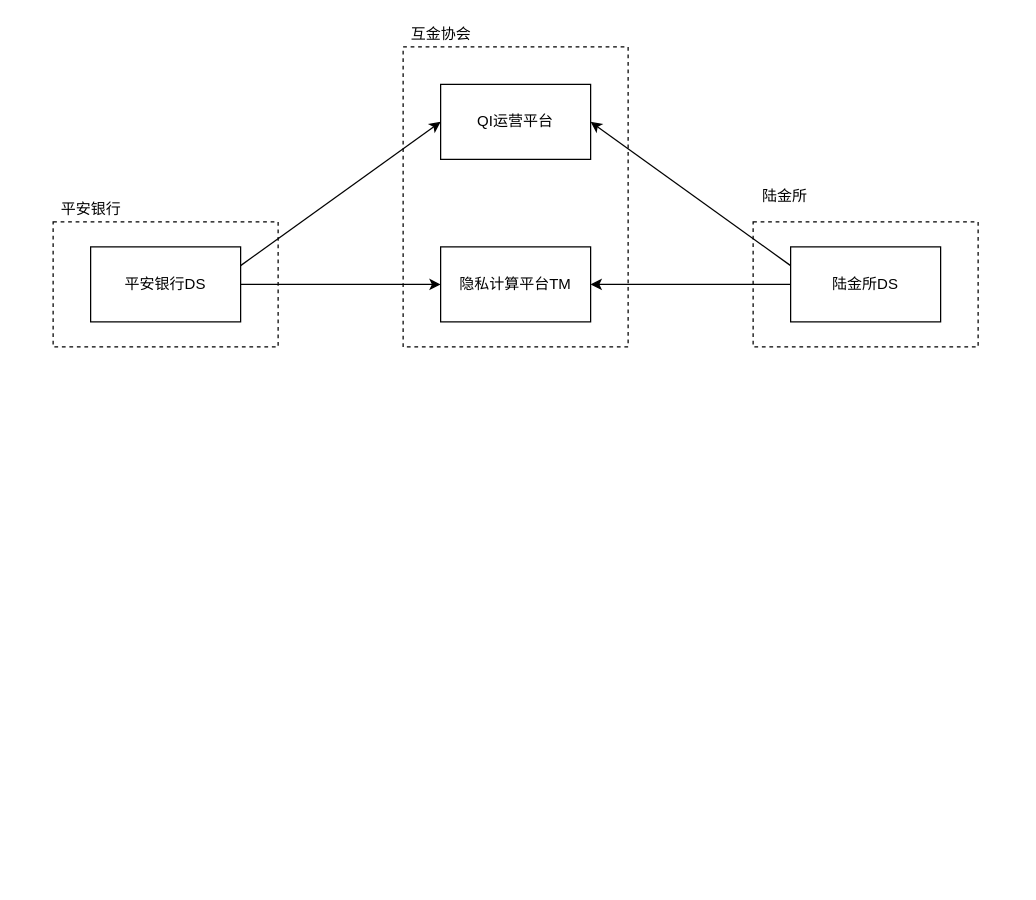
This is qi_pingan.drawio from yankaili2006/drawing_io, a draw.io file, before an edit. Source tidied: cells renumbered, new cells numbered last; positions are measured from the earlier drawing's top-left corner, leaving out a move shared by most shapes. Both pictures are drawn from the tidied source at 125%, with x=0, y=0 at pixel (52, 21).
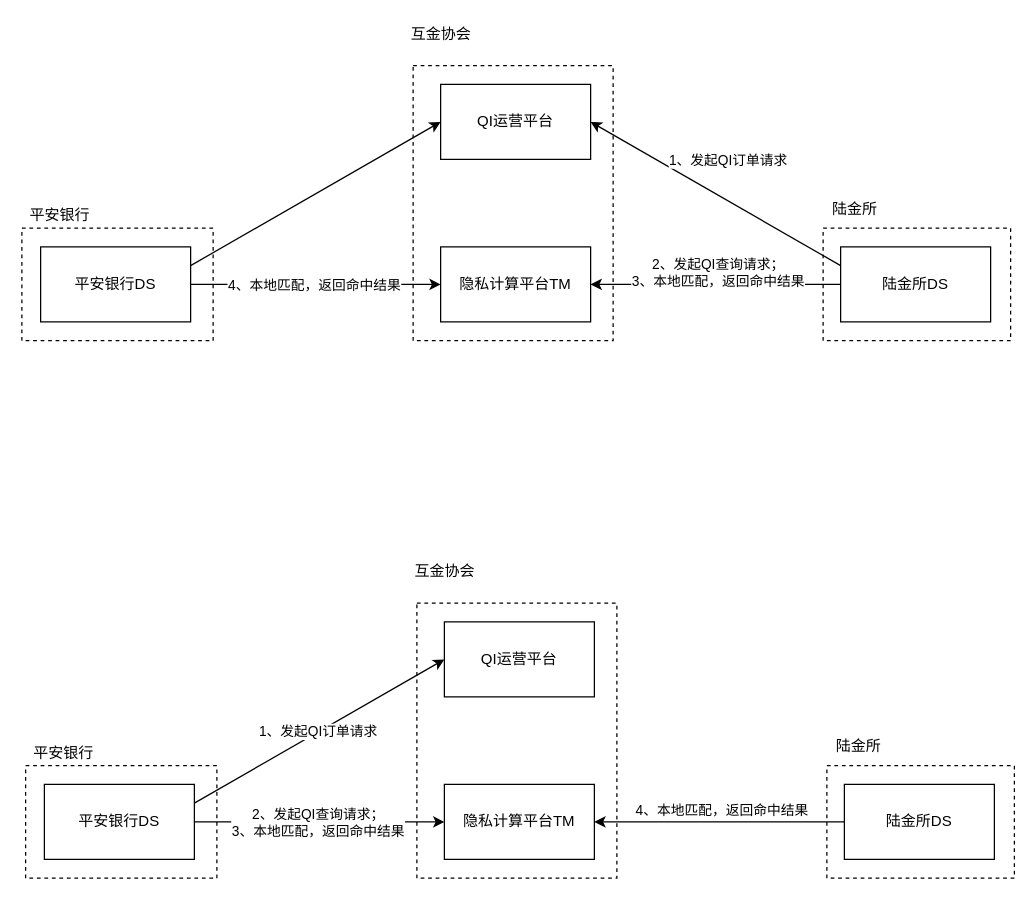
Above is the later version.

Unchanged cells that the change refers to:
```xml
<mxCell id="10" style="endArrow=classic;html=1;exitX=1;exitY=0.5;exitDx=0;exitDy=0;entryX=0;entryY=0.5;entryDx=0;entryDy=0;" parent="1" edge="1" source="7" target="5">
  <mxGeometry relative="1" as="geometry" />
</mxCell>
<mxCell id="11" style="endArrow=classic;html=1;exitX=0;exitY=0.5;exitDx=0;exitDy=0;entryX=1;entryY=0.5;entryDx=0;entryDy=0;" parent="1" edge="1" source="8" target="5">
  <mxGeometry relative="1" as="geometry" />
</mxCell>
<mxCell id="12" style="endArrow=classic;html=1;exitX=0;exitY=0.25;exitDx=0;exitDy=0;entryX=1;entryY=0.5;entryDx=0;entryDy=0;" parent="1" edge="1" source="8" target="6">
  <mxGeometry relative="1" as="geometry" />
</mxCell>
```

What changed in the source:
```diff
@@
     <mxCell id="2" style="rounded=0;whiteSpace=wrap;html=1;dashed=1;labelBackgroundColor=none;" parent="1" vertex="1">
-      <mxGeometry y="160" width="180" height="100" as="geometry" />
+      <mxGeometry x="-25" y="165" width="153" height="90" as="geometry" />
     </mxCell>
     <mxCell id="3" style="rounded=0;whiteSpace=wrap;html=1;dashed=1;labelBackgroundColor=none;" parent="1" vertex="1">
-      <mxGeometry x="560" y="160" width="180" height="100" as="geometry" />
+      <mxGeometry x="616" y="165" width="150" height="90" as="geometry" />
     </mxCell>
     <mxCell id="4" style="rounded=0;whiteSpace=wrap;html=1;dashed=1;labelBackgroundColor=none;" parent="1" vertex="1">
-      <mxGeometry x="280" y="20" width="180" height="240" as="geometry" />
+      <mxGeometry x="288" y="35" width="160" height="220" as="geometry" />
     </mxCell>
@@
     <mxCell id="7" value="平安银行DS" style="rounded=0;whiteSpace=wrap;html=1;" parent="1" vertex="1">
-      <mxGeometry x="30" y="180" width="120" height="60" as="geometry" />
+      <mxGeometry x="-10" y="180" width="120" height="60" as="geometry" />
     </mxCell>
     <mxCell id="8" value="陆金所DS" style="rounded=0;whiteSpace=wrap;html=1;" parent="1" vertex="1">
-      <mxGeometry x="590" y="180" width="120" height="60" as="geometry" />
+      <mxGeometry x="630" y="180" width="120" height="60" as="geometry" />
     </mxCell>
@@
+    <mxCell id="16" value="4、本地匹配，返回命中结果" style="edgeLabel;html=1;align=center;verticalAlign=middle;" parent="10" vertex="1">
+      <mxGeometry x="-0.26" y="1" relative="1" as="geometry">
+        <mxPoint x="24" y="1" as="offset" />
+      </mxGeometry>
+    </mxCell>
@@
+    <mxCell id="17" value="2、发起QI查询请求；&lt;br&gt;3、本地匹配，返回命中结果" style="edgeLabel;html=1;align=center;verticalAlign=middle;labelBackgroundColor=#ffffff;" parent="11" vertex="1">
+      <mxGeometry x="0.38" y="-3" relative="1" as="geometry">
+        <mxPoint x="39" y="-7" as="offset" />
+      </mxGeometry>
+    </mxCell>
@@
+    <mxCell id="18" value="1、发起QI订单请求" style="edgeLabel;html=1;align=center;verticalAlign=middle;" parent="12" vertex="1">
+      <mxGeometry x="0.06" y="-4" relative="1" as="geometry">
+        <mxPoint x="12.9" y="-20.5" as="offset" />
+      </mxGeometry>
+    </mxCell>
@@
     <mxCell id="14" value="陆金所" style="text;html=1;align=center;verticalAlign=middle;" parent="1" vertex="1">
-      <mxGeometry x="560" y="130" width="50" height="20" as="geometry" />
+      <mxGeometry x="616" y="140" width="50" height="20" as="geometry" />
     </mxCell>
     <mxCell id="15" value="平安银行" style="text;html=1;align=center;verticalAlign=middle;" parent="1" vertex="1">
-      <mxGeometry y="140" width="60" height="20" as="geometry" />
+      <mxGeometry x="-25" y="145" width="60" height="20" as="geometry" />
     </mxCell>
+    <mxCell id="19" style="rounded=0;whiteSpace=wrap;html=1;dashed=1;labelBackgroundColor=none;" parent="1" vertex="1">
+      <mxGeometry x="-22" y="595" width="153" height="90" as="geometry" />
+    </mxCell>
+    <mxCell id="20" style="rounded=0;whiteSpace=wrap;html=1;dashed=1;labelBackgroundColor=none;" parent="1" vertex="1">
+      <mxGeometry x="619" y="595" width="150" height="90" as="geometry" />
+    </mxCell>
+    <mxCell id="21" style="rounded=0;whiteSpace=wrap;html=1;dashed=1;labelBackgroundColor=none;" parent="1" vertex="1">
+      <mxGeometry x="291" y="465" width="160" height="220" as="geometry" />
+    </mxCell>
+    <mxCell id="22" value="隐私计算平台TM" style="rounded=0;whiteSpace=wrap;html=1;" parent="1" vertex="1">
+      <mxGeometry x="313" y="610" width="120" height="60" as="geometry" />
+    </mxCell>
+    <mxCell id="23" value="QI运营平台" style="rounded=0;whiteSpace=wrap;html=1;" parent="1" vertex="1">
+      <mxGeometry x="313" y="480" width="120" height="60" as="geometry" />
+    </mxCell>
+    <mxCell id="24" value="平安银行DS" style="rounded=0;whiteSpace=wrap;html=1;" parent="1" vertex="1">
+      <mxGeometry x="-7" y="610" width="120" height="60" as="geometry" />
+    </mxCell>
+    <mxCell id="25" value="陆金所DS" style="rounded=0;whiteSpace=wrap;html=1;" parent="1" vertex="1">
+      <mxGeometry x="633" y="610" width="120" height="60" as="geometry" />
+    </mxCell>
+    <mxCell id="26" style="endArrow=classic;html=1;exitX=1;exitY=0.25;exitDx=0;exitDy=0;entryX=0;entryY=0.5;entryDx=0;entryDy=0;" parent="1" edge="1" source="24" target="23">
+      <mxGeometry relative="1" as="geometry" />
+    </mxCell>
+    <mxCell id="27" value="1、发起QI订单请求" style="edgeLabel;html=1;align=center;verticalAlign=middle;" parent="26" vertex="1">
+      <mxGeometry x="-0.01" y="1" relative="1" as="geometry" />
+    </mxCell>
+    <mxCell id="28" style="endArrow=classic;html=1;exitX=1;exitY=0.5;exitDx=0;exitDy=0;entryX=0;entryY=0.5;entryDx=0;entryDy=0;" parent="1" edge="1" source="24" target="22">
+      <mxGeometry relative="1" as="geometry" />
+    </mxCell>
+    <mxCell id="29" value="2、发起QI查询请求；&lt;br&gt;3、本地匹配，返回命中结果" style="edgeLabel;html=1;align=center;verticalAlign=middle;" parent="28" vertex="1">
+      <mxGeometry x="-0.26" y="1" relative="1" as="geometry">
+        <mxPoint x="24" y="1" as="offset" />
+      </mxGeometry>
+    </mxCell>
+    <mxCell id="30" style="endArrow=classic;html=1;exitX=0;exitY=0.5;exitDx=0;exitDy=0;entryX=1;entryY=0.5;entryDx=0;entryDy=0;" parent="1" edge="1" source="25" target="22">
+      <mxGeometry relative="1" as="geometry" />
+    </mxCell>
+    <mxCell id="31" value="4、本地匹配，返回命中结果" style="edgeLabel;html=1;align=center;verticalAlign=middle;labelBackgroundColor=#ffffff;" parent="30" vertex="1">
+      <mxGeometry x="0.38" y="-3" relative="1" as="geometry">
+        <mxPoint x="39" y="-7" as="offset" />
+      </mxGeometry>
+    </mxCell>
+    <mxCell id="32" value="互金协会" style="text;html=1;align=center;verticalAlign=middle;" parent="1" vertex="1">
+      <mxGeometry x="283" y="430" width="60" height="20" as="geometry" />
+    </mxCell>
+    <mxCell id="33" value="陆金所" style="text;html=1;align=center;verticalAlign=middle;" parent="1" vertex="1">
+      <mxGeometry x="619" y="570" width="50" height="20" as="geometry" />
+    </mxCell>
+    <mxCell id="34" value="平安银行" style="text;html=1;align=center;verticalAlign=middle;" parent="1" vertex="1">
+      <mxGeometry x="-22" y="575" width="60" height="20" as="geometry" />
+    </mxCell>
```
